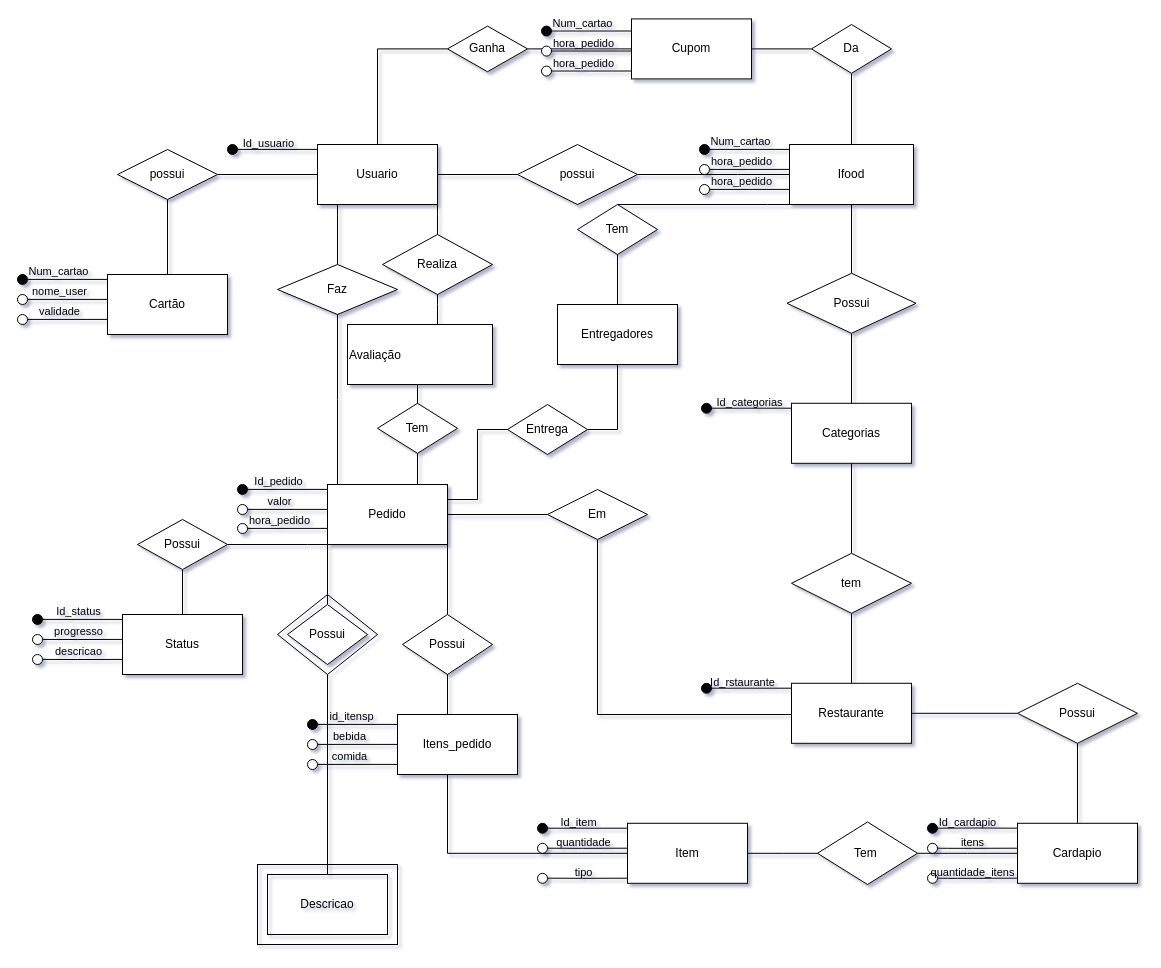
Above: Untitled Diagram.drawio in mariaeduaruda/BD-1-atividade (draw.io), before the change. Source tidied: cells renumbered, new cells numbered last; positions are measured from the earlier drawing's top-left corner, leaving out a move shared by most shapes. Both pictures are drawn from the tidied source at 100%, with x=0, y=0 at pixel (17, 18).
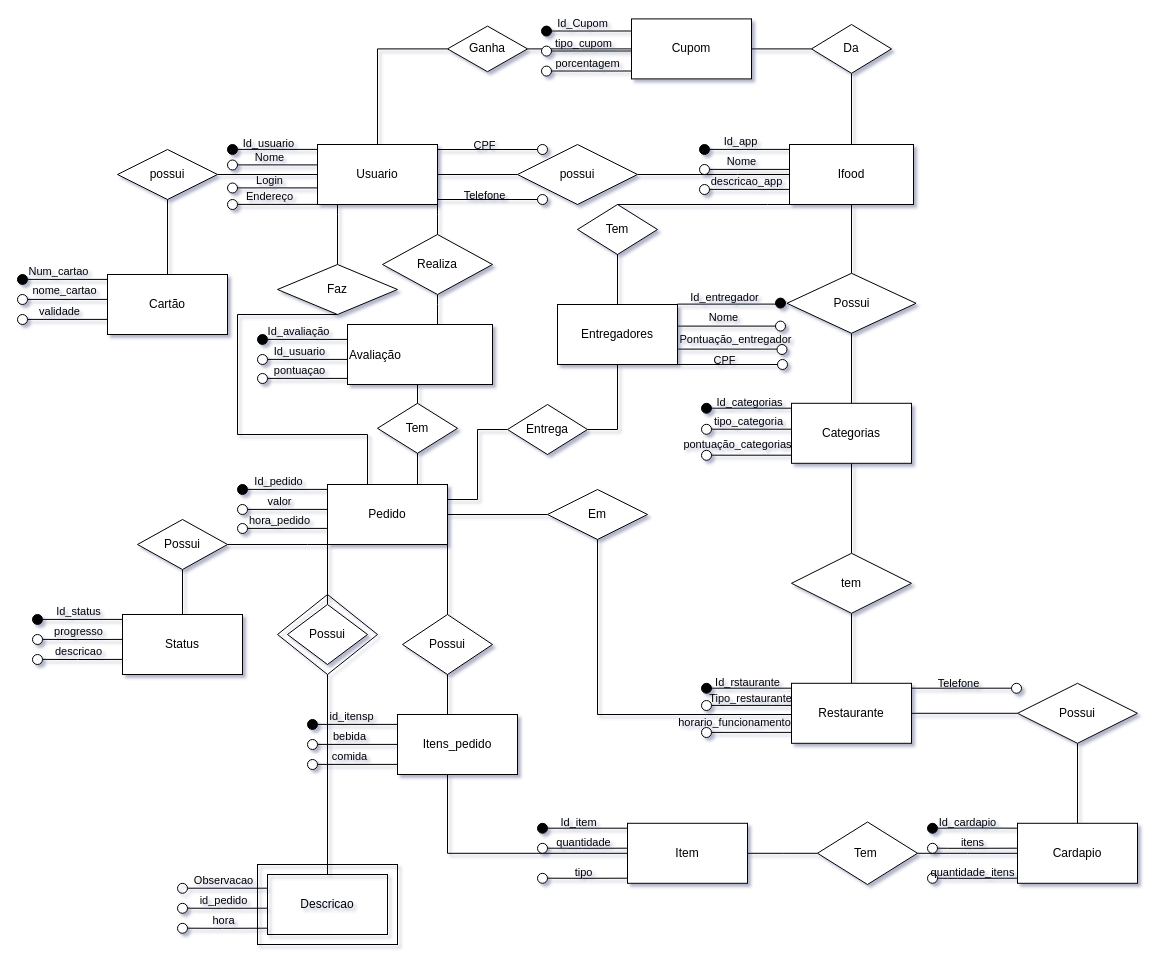
Above is the later version.

The change refers to these unchanged cells:
```xml
<mxCell id="34" value="Faz" style="rhombus;whiteSpace=wrap;html=1;rounded=0;" parent="1" vertex="1">
  <mxGeometry x="260" y="246" width="120" height="50" as="geometry" />
</mxCell>
<mxCell id="41" value="Pedido" style="rounded=0;whiteSpace=wrap;html=1;align=center;" parent="1" vertex="1">
  <mxGeometry x="310" y="466" width="120" height="60" as="geometry" />
</mxCell>
<mxCell id="71" style="endArrow=none;html=1;rounded=0;" parent="1" edge="1">
  <mxGeometry relative="1" as="geometry">
    <mxPoint x="694" y="669.7" as="sourcePoint" />
    <mxPoint x="774" y="669.7" as="targetPoint" />
  </mxGeometry>
</mxCell>
<mxCell id="119" style="endArrow=none;html=1;rounded=0;" parent="1" edge="1">
  <mxGeometry relative="1" as="geometry">
    <mxPoint x="10" y="280.9" as="sourcePoint" />
    <mxPoint x="90" y="280.9" as="targetPoint" />
  </mxGeometry>
</mxCell>
<mxCell id="125" style="endArrow=none;html=1;rounded=0;" parent="1" edge="1">
  <mxGeometry relative="1" as="geometry">
    <mxPoint x="534" y="12.5" as="sourcePoint" />
    <mxPoint x="614" y="12.5" as="targetPoint" />
  </mxGeometry>
</mxCell>
<mxCell id="128" style="endArrow=none;html=1;rounded=0;" parent="1" edge="1">
  <mxGeometry relative="1" as="geometry">
    <mxPoint x="534" y="32.5" as="sourcePoint" />
    <mxPoint x="614" y="32.5" as="targetPoint" />
  </mxGeometry>
</mxCell>
<mxCell id="131" style="endArrow=none;html=1;rounded=0;" parent="1" edge="1">
  <mxGeometry relative="1" as="geometry">
    <mxPoint x="534" y="52.5" as="sourcePoint" />
    <mxPoint x="614" y="52.5" as="targetPoint" />
  </mxGeometry>
</mxCell>
<mxCell id="134" style="endArrow=none;html=1;rounded=0;" parent="1" edge="1">
  <mxGeometry relative="1" as="geometry">
    <mxPoint x="692" y="130.9" as="sourcePoint" />
    <mxPoint x="772" y="130.9" as="targetPoint" />
  </mxGeometry>
</mxCell>
<mxCell id="137" style="endArrow=none;html=1;rounded=0;" parent="1" edge="1">
  <mxGeometry relative="1" as="geometry">
    <mxPoint x="692" y="150.9" as="sourcePoint" />
    <mxPoint x="772" y="150.9" as="targetPoint" />
  </mxGeometry>
</mxCell>
<mxCell id="140" style="endArrow=none;html=1;rounded=0;" parent="1" edge="1">
  <mxGeometry relative="1" as="geometry">
    <mxPoint x="692" y="170.9" as="sourcePoint" />
    <mxPoint x="772" y="170.9" as="targetPoint" />
  </mxGeometry>
</mxCell>
```

The edit, as a diff of the source:
```diff
@@
-    <mxCell id="33" style="edgeStyle=orthogonalEdgeStyle;rounded=0;jettySize=auto;html=1;exitX=0.5;exitY=1;exitDx=0;exitDy=0;endArrow=none;endFill=0;" parent="1" edge="1" source="34">
+    <mxCell id="33" style="edgeStyle=orthogonalEdgeStyle;rounded=0;jettySize=auto;html=1;exitX=0.5;exitY=1;exitDx=0;exitDy=0;endArrow=none;endFill=0;entryX=0.303;entryY=0.028;entryDx=0;entryDy=0;entryPerimeter=0;" parent="1" edge="1" source="34" target="41">
       <mxGeometry relative="1" as="geometry">
-        <mxPoint x="320" y="466" as="targetPoint" />
+        <Array as="points">
+          <mxPoint x="220" y="296" />
+          <mxPoint x="220" y="416" />
+          <mxPoint x="350" y="416" />
+          <mxPoint x="350" y="468" />
+        </Array>
       </mxGeometry>
     </mxCell>
@@
     <mxCell id="72" value="Id_rstaurante" style="edgeLabel;html=1;align=center;verticalAlign=middle;labelBackgroundColor=none;" parent="71" vertex="1">
       <mxGeometry x="-0.38" y="1" relative="1" as="geometry">
-        <mxPoint x="5" y="-5" as="offset" />
+        <mxPoint x="10" y="-5" as="offset" />
       </mxGeometry>
     </mxCell>
@@
-    <mxCell id="120" value="nome_user" style="edgeLabel;html=1;align=center;verticalAlign=middle;labelBackgroundColor=none;" parent="119" vertex="1">
+    <mxCell id="120" value="nome_cartao" style="edgeLabel;html=1;align=center;verticalAlign=middle;labelBackgroundColor=none;" parent="119" vertex="1">
       <mxGeometry x="-0.38" y="1" relative="1" as="geometry">
-        <mxPoint x="6" y="-7" as="offset" />
+        <mxPoint x="11" y="-8" as="offset" />
       </mxGeometry>
     </mxCell>
@@
-    <mxCell id="126" value="Num_cartao" style="edgeLabel;html=1;align=center;verticalAlign=middle;labelBackgroundColor=none;" parent="125" vertex="1">
+    <mxCell id="126" value="Id_Cupom" style="edgeLabel;html=1;align=center;verticalAlign=middle;labelBackgroundColor=none;" parent="125" vertex="1">
       <mxGeometry x="-0.38" y="1" relative="1" as="geometry">
         <mxPoint x="5" y="-7" as="offset" />
       </mxGeometry>
     </mxCell>
@@
-    <mxCell id="129" value="hora_pedido" style="edgeLabel;html=1;align=center;verticalAlign=middle;labelBackgroundColor=none;" parent="128" vertex="1">
+    <mxCell id="129" value="tipo_cupom" style="edgeLabel;html=1;align=center;verticalAlign=middle;labelBackgroundColor=none;" parent="128" vertex="1">
       <mxGeometry x="-0.38" y="1" relative="1" as="geometry">
         <mxPoint x="6" y="-7" as="offset" />
       </mxGeometry>
     </mxCell>
@@
-    <mxCell id="132" value="hora_pedido" style="edgeLabel;html=1;align=center;verticalAlign=middle;labelBackgroundColor=none;" parent="131" vertex="1">
+    <mxCell id="132" value="porcentagem" style="edgeLabel;html=1;align=center;verticalAlign=middle;labelBackgroundColor=none;" parent="131" vertex="1">
       <mxGeometry x="-0.38" y="1" relative="1" as="geometry">
-        <mxPoint x="6" y="-7" as="offset" />
+        <mxPoint x="10" y="-7" as="offset" />
       </mxGeometry>
     </mxCell>
@@
-    <mxCell id="135" value="Num_cartao" style="edgeLabel;html=1;align=center;verticalAlign=middle;labelBackgroundColor=none;" parent="134" vertex="1">
+    <mxCell id="135" value="Id_app" style="edgeLabel;html=1;align=center;verticalAlign=middle;labelBackgroundColor=none;" parent="134" vertex="1">
       <mxGeometry x="-0.38" y="1" relative="1" as="geometry">
         <mxPoint x="5" y="-7" as="offset" />
       </mxGeometry>
     </mxCell>
@@
-    <mxCell id="138" value="hora_pedido" style="edgeLabel;html=1;align=center;verticalAlign=middle;labelBackgroundColor=none;" parent="137" vertex="1">
+    <mxCell id="138" value="Nome" style="edgeLabel;html=1;align=center;verticalAlign=middle;labelBackgroundColor=none;" parent="137" vertex="1">
       <mxGeometry x="-0.38" y="1" relative="1" as="geometry">
         <mxPoint x="6" y="-7" as="offset" />
       </mxGeometry>
     </mxCell>
@@
-    <mxCell id="141" value="hora_pedido" style="edgeLabel;html=1;align=center;verticalAlign=middle;labelBackgroundColor=none;" parent="140" vertex="1">
+    <mxCell id="141" value="descricao_app" style="edgeLabel;html=1;align=center;verticalAlign=middle;labelBackgroundColor=none;" parent="140" vertex="1">
       <mxGeometry x="-0.38" y="1" relative="1" as="geometry">
-        <mxPoint x="6" y="-7" as="offset" />
+        <mxPoint x="11" y="-7" as="offset" />
       </mxGeometry>
     </mxCell>
@@
+    <mxCell id="151" style="ellipse;whiteSpace=wrap;html=1;rounded=0;fillColor=#000000;" parent="1" vertex="1">
+      <mxGeometry x="240" y="316" width="10" height="10" as="geometry" />
+    </mxCell>
+    <mxCell id="152" style="endArrow=none;html=1;rounded=0;" parent="1" edge="1">
+      <mxGeometry relative="1" as="geometry">
+        <mxPoint x="250" y="320.9" as="sourcePoint" />
+        <mxPoint x="330" y="320.9" as="targetPoint" />
+      </mxGeometry>
+    </mxCell>
+    <mxCell id="153" value="Id_avaliação" style="edgeLabel;html=1;align=center;verticalAlign=middle;labelBackgroundColor=none;" parent="152" vertex="1">
+      <mxGeometry x="-0.38" y="1" relative="1" as="geometry">
+        <mxPoint x="5" y="-7" as="offset" />
+      </mxGeometry>
+    </mxCell>
+    <mxCell id="154" style="ellipse;whiteSpace=wrap;html=1;rounded=0;" parent="1" vertex="1">
+      <mxGeometry x="240" y="336" width="10" height="10" as="geometry" />
+    </mxCell>
+    <mxCell id="155" style="endArrow=none;html=1;rounded=0;" parent="1" edge="1">
+      <mxGeometry relative="1" as="geometry">
+        <mxPoint x="250" y="340.9" as="sourcePoint" />
+        <mxPoint x="330" y="340.9" as="targetPoint" />
+      </mxGeometry>
+    </mxCell>
+    <mxCell id="156" value="Id_usuario" style="edgeLabel;html=1;align=center;verticalAlign=middle;labelBackgroundColor=none;" parent="155" vertex="1">
+      <mxGeometry x="-0.38" y="1" relative="1" as="geometry">
+        <mxPoint x="6" y="-7" as="offset" />
+      </mxGeometry>
+    </mxCell>
+    <mxCell id="157" style="ellipse;whiteSpace=wrap;html=1;rounded=0;" parent="1" vertex="1">
+      <mxGeometry x="240" y="355" width="10" height="10" as="geometry" />
+    </mxCell>
+    <mxCell id="158" style="endArrow=none;html=1;rounded=0;" parent="1" edge="1">
+      <mxGeometry relative="1" as="geometry">
+        <mxPoint x="250" y="359.9" as="sourcePoint" />
+        <mxPoint x="330" y="359.9" as="targetPoint" />
+      </mxGeometry>
+    </mxCell>
+    <mxCell id="159" value="pontuaçao" style="edgeLabel;html=1;align=center;verticalAlign=middle;labelBackgroundColor=none;" parent="158" vertex="1">
+      <mxGeometry x="-0.38" y="1" relative="1" as="geometry">
+        <mxPoint x="6" y="-7" as="offset" />
+      </mxGeometry>
+    </mxCell>
+    <mxCell id="160" style="ellipse;whiteSpace=wrap;html=1;rounded=0;" parent="1" vertex="1">
+      <mxGeometry x="210" y="141.5" width="10" height="10" as="geometry" />
+    </mxCell>
+    <mxCell id="161" style="endArrow=none;html=1;rounded=0;" parent="1" edge="1">
+      <mxGeometry relative="1" as="geometry">
+        <mxPoint x="220" y="146.4" as="sourcePoint" />
+        <mxPoint x="300" y="146.4" as="targetPoint" />
+      </mxGeometry>
+    </mxCell>
+    <mxCell id="162" value="Nome" style="edgeLabel;html=1;align=center;verticalAlign=middle;labelBackgroundColor=none;" parent="161" vertex="1">
+      <mxGeometry x="-0.38" y="1" relative="1" as="geometry">
+        <mxPoint x="6" y="-7" as="offset" />
+      </mxGeometry>
+    </mxCell>
+    <mxCell id="163" style="ellipse;whiteSpace=wrap;html=1;rounded=0;" parent="1" vertex="1">
+      <mxGeometry x="210" y="164.5" width="10" height="10" as="geometry" />
+    </mxCell>
+    <mxCell id="164" style="endArrow=none;html=1;rounded=0;" parent="1" edge="1">
+      <mxGeometry relative="1" as="geometry">
+        <mxPoint x="220" y="169.4" as="sourcePoint" />
+        <mxPoint x="300" y="169.4" as="targetPoint" />
+      </mxGeometry>
+    </mxCell>
+    <mxCell id="165" value="Login" style="edgeLabel;html=1;align=center;verticalAlign=middle;labelBackgroundColor=none;" parent="164" vertex="1">
+      <mxGeometry x="-0.38" y="1" relative="1" as="geometry">
+        <mxPoint x="6" y="-7" as="offset" />
+      </mxGeometry>
+    </mxCell>
+    <mxCell id="166" style="ellipse;whiteSpace=wrap;html=1;rounded=0;" parent="1" vertex="1">
+      <mxGeometry x="684" y="405.8" width="10" height="10" as="geometry" />
+    </mxCell>
+    <mxCell id="167" style="endArrow=none;html=1;rounded=0;" parent="1" edge="1">
+      <mxGeometry relative="1" as="geometry">
+        <mxPoint x="694" y="410.7" as="sourcePoint" />
+        <mxPoint x="774" y="410.7" as="targetPoint" />
+      </mxGeometry>
+    </mxCell>
+    <mxCell id="168" value="tipo_categoria" style="edgeLabel;html=1;align=center;verticalAlign=middle;labelBackgroundColor=none;" parent="167" vertex="1">
+      <mxGeometry x="-0.38" y="1" relative="1" as="geometry">
+        <mxPoint x="11" y="-7" as="offset" />
+      </mxGeometry>
+    </mxCell>
+    <mxCell id="169" style="ellipse;whiteSpace=wrap;html=1;rounded=0;" parent="1" vertex="1">
+      <mxGeometry x="684" y="431.8" width="10" height="10" as="geometry" />
+    </mxCell>
+    <mxCell id="170" style="endArrow=none;html=1;rounded=0;" parent="1" edge="1">
+      <mxGeometry relative="1" as="geometry">
+        <mxPoint x="694" y="436.7" as="sourcePoint" />
+        <mxPoint x="774" y="436.7" as="targetPoint" />
+      </mxGeometry>
+    </mxCell>
+    <mxCell id="171" value="pontuação_categorias" style="edgeLabel;html=1;align=center;verticalAlign=middle;labelBackgroundColor=none;" parent="170" vertex="1">
+      <mxGeometry x="-0.38" y="1" relative="1" as="geometry">
+        <mxPoint y="-10" as="offset" />
+      </mxGeometry>
+    </mxCell>
+    <mxCell id="172" style="ellipse;whiteSpace=wrap;html=1;rounded=0;" parent="1" vertex="1">
+      <mxGeometry x="684" y="682" width="10" height="10" as="geometry" />
+    </mxCell>
+    <mxCell id="173" style="endArrow=none;html=1;rounded=0;" parent="1" edge="1">
+      <mxGeometry relative="1" as="geometry">
+        <mxPoint x="694" y="686.9" as="sourcePoint" />
+        <mxPoint x="774" y="686.9" as="targetPoint" />
+      </mxGeometry>
+    </mxCell>
+    <mxCell id="174" value="Tipo_restaurante" style="edgeLabel;html=1;align=center;verticalAlign=middle;labelBackgroundColor=none;" parent="173" vertex="1">
+      <mxGeometry x="-0.38" y="1" relative="1" as="geometry">
+        <mxPoint x="13" y="-6" as="offset" />
+      </mxGeometry>
+    </mxCell>
+    <mxCell id="175" style="ellipse;whiteSpace=wrap;html=1;rounded=0;" parent="1" vertex="1">
+      <mxGeometry x="684" y="709" width="10" height="10" as="geometry" />
+    </mxCell>
+    <mxCell id="176" style="endArrow=none;html=1;rounded=0;" parent="1" edge="1">
+      <mxGeometry relative="1" as="geometry">
+        <mxPoint x="694" y="713.9" as="sourcePoint" />
+        <mxPoint x="774" y="713.9" as="targetPoint" />
+      </mxGeometry>
+    </mxCell>
+    <mxCell id="177" value="horario_funcionamento" style="edgeLabel;html=1;align=center;verticalAlign=middle;labelBackgroundColor=none;" parent="176" vertex="1">
+      <mxGeometry x="-0.38" y="1" relative="1" as="geometry">
+        <mxPoint x="-3" y="-9" as="offset" />
+      </mxGeometry>
+    </mxCell>
+    <mxCell id="178" style="ellipse;whiteSpace=wrap;html=1;rounded=0;" parent="1" vertex="1">
+      <mxGeometry x="210" y="181" width="10" height="10" as="geometry" />
+    </mxCell>
+    <mxCell id="179" style="endArrow=none;html=1;rounded=0;" parent="1" edge="1">
+      <mxGeometry relative="1" as="geometry">
+        <mxPoint x="220" y="185.9" as="sourcePoint" />
+        <mxPoint x="300" y="185.9" as="targetPoint" />
+      </mxGeometry>
+    </mxCell>
+    <mxCell id="180" value="Endereço" style="edgeLabel;html=1;align=center;verticalAlign=middle;labelBackgroundColor=none;" parent="179" vertex="1">
+      <mxGeometry x="-0.38" y="1" relative="1" as="geometry">
+        <mxPoint x="6" y="-7" as="offset" />
+      </mxGeometry>
+    </mxCell>
+    <mxCell id="181" style="ellipse;whiteSpace=wrap;html=1;rounded=0;fillColor=none;" parent="1" vertex="1">
+      <mxGeometry x="160" y="864.8" width="10" height="10" as="geometry" />
+    </mxCell>
+    <mxCell id="182" style="endArrow=none;html=1;rounded=0;" parent="1" edge="1">
+      <mxGeometry relative="1" as="geometry">
+        <mxPoint x="170" y="869.7" as="sourcePoint" />
+        <mxPoint x="250" y="869.7" as="targetPoint" />
+      </mxGeometry>
+    </mxCell>
+    <mxCell id="183" value="Observacao" style="edgeLabel;html=1;align=center;verticalAlign=middle;labelBackgroundColor=none;" parent="182" vertex="1">
+      <mxGeometry x="-0.38" y="1" relative="1" as="geometry">
+        <mxPoint x="10" y="-7" as="offset" />
+      </mxGeometry>
+    </mxCell>
+    <mxCell id="184" style="ellipse;whiteSpace=wrap;html=1;rounded=0;fillColor=#FFFFFF;" parent="1" vertex="1">
+      <mxGeometry x="160" y="884.8" width="10" height="10" as="geometry" />
+    </mxCell>
+    <mxCell id="185" style="endArrow=none;html=1;rounded=0;" parent="1" edge="1">
+      <mxGeometry relative="1" as="geometry">
+        <mxPoint x="170" y="889.7" as="sourcePoint" />
+        <mxPoint x="250" y="889.7" as="targetPoint" />
+        <Array as="points">
+          <mxPoint x="205" y="889.8" />
+        </Array>
+      </mxGeometry>
+    </mxCell>
+    <mxCell id="186" value="id_pedido" style="edgeLabel;html=1;align=center;verticalAlign=middle;labelBackgroundColor=none;" parent="185" vertex="1">
+      <mxGeometry x="-0.38" y="1" relative="1" as="geometry">
+        <mxPoint x="10" y="-7" as="offset" />
+      </mxGeometry>
+    </mxCell>
+    <mxCell id="187" style="ellipse;whiteSpace=wrap;html=1;rounded=0;fillColor=#FFFFFF;" parent="1" vertex="1">
+      <mxGeometry x="160" y="904.8" width="10" height="10" as="geometry" />
+    </mxCell>
+    <mxCell id="188" style="endArrow=none;html=1;rounded=0;" parent="1" edge="1">
+      <mxGeometry relative="1" as="geometry">
+        <mxPoint x="170" y="909.7" as="sourcePoint" />
+        <mxPoint x="250" y="909.7" as="targetPoint" />
+        <Array as="points">
+          <mxPoint x="205" y="909.8" />
+        </Array>
+      </mxGeometry>
+    </mxCell>
+    <mxCell id="189" value="hora" style="edgeLabel;html=1;align=center;verticalAlign=middle;labelBackgroundColor=none;" parent="188" vertex="1">
+      <mxGeometry x="-0.38" y="1" relative="1" as="geometry">
+        <mxPoint x="10" y="-7" as="offset" />
+      </mxGeometry>
+    </mxCell>
+    <mxCell id="190" style="endArrow=none;html=1;rounded=0;" parent="1" edge="1">
+      <mxGeometry relative="1" as="geometry">
+        <mxPoint x="660" y="330.6" as="sourcePoint" />
+        <mxPoint x="760" y="330.6" as="targetPoint" />
+      </mxGeometry>
+    </mxCell>
+    <mxCell id="191" style="endArrow=none;html=1;rounded=0;" parent="1" edge="1">
+      <mxGeometry relative="1" as="geometry">
+        <mxPoint x="660" y="307.6" as="sourcePoint" />
+        <mxPoint x="760" y="307.6" as="targetPoint" />
+      </mxGeometry>
+    </mxCell>
+    <mxCell id="192" style="endArrow=none;html=1;rounded=0;" parent="1" edge="1">
+      <mxGeometry relative="1" as="geometry">
+        <mxPoint x="660" y="285.6" as="sourcePoint" />
+        <mxPoint x="760" y="285.6" as="targetPoint" />
+      </mxGeometry>
+    </mxCell>
+    <mxCell id="193" style="ellipse;whiteSpace=wrap;html=1;rounded=0;fillColor=#000000;" parent="1" vertex="1">
+      <mxGeometry x="758" y="279.6" width="10" height="10" as="geometry" />
+    </mxCell>
+    <mxCell id="194" style="ellipse;whiteSpace=wrap;html=1;rounded=0;" parent="1" vertex="1">
+      <mxGeometry x="758" y="302.6" width="10" height="10" as="geometry" />
+    </mxCell>
+    <mxCell id="195" style="ellipse;whiteSpace=wrap;html=1;rounded=0;" parent="1" vertex="1">
+      <mxGeometry x="759.5" y="326" width="10" height="10" as="geometry" />
+    </mxCell>
+    <mxCell id="196" value="Id_entregador" style="edgeLabel;html=1;align=center;verticalAlign=middle;labelBackgroundColor=none;" parent="1" vertex="1">
+      <mxGeometry x="706" y="278" as="geometry" />
+    </mxCell>
+    <mxCell id="197" value="Nome" style="edgeLabel;html=1;align=center;verticalAlign=middle;labelBackgroundColor=none;" parent="1" vertex="1">
+      <mxGeometry x="705" y="298" as="geometry" />
+    </mxCell>
+    <mxCell id="198" value="Pontuação_entregador" style="edgeLabel;html=1;align=center;verticalAlign=middle;labelBackgroundColor=none;" parent="1" vertex="1">
+      <mxGeometry x="717" y="320" as="geometry" />
+    </mxCell>
+    <mxCell id="199" style="ellipse;whiteSpace=wrap;html=1;rounded=0;" parent="1" vertex="1">
+      <mxGeometry x="760" y="341" width="10" height="10" as="geometry" />
+    </mxCell>
+    <mxCell id="200" value="CPF" style="edgeLabel;html=1;align=center;verticalAlign=middle;labelBackgroundColor=none;" parent="1" vertex="1">
+      <mxGeometry x="706" y="341" as="geometry" />
+    </mxCell>
+    <mxCell id="201" style="endArrow=none;html=1;rounded=0;" parent="1" edge="1">
+      <mxGeometry relative="1" as="geometry">
+        <mxPoint x="660" y="346" as="sourcePoint" />
+        <mxPoint x="760" y="346" as="targetPoint" />
+      </mxGeometry>
+    </mxCell>
+    <mxCell id="202" style="ellipse;whiteSpace=wrap;html=1;rounded=0;" parent="1" vertex="1">
+      <mxGeometry x="520" y="126" width="10" height="10" as="geometry" />
+    </mxCell>
+    <mxCell id="203" value="CPF" style="edgeLabel;html=1;align=center;verticalAlign=middle;labelBackgroundColor=none;" parent="1" vertex="1">
+      <mxGeometry x="466" y="126" as="geometry" />
+    </mxCell>
+    <mxCell id="204" style="endArrow=none;html=1;rounded=0;" parent="1" edge="1">
+      <mxGeometry relative="1" as="geometry">
+        <mxPoint x="420" y="131" as="sourcePoint" />
+        <mxPoint x="520" y="131" as="targetPoint" />
+      </mxGeometry>
+    </mxCell>
+    <mxCell id="205" style="ellipse;whiteSpace=wrap;html=1;rounded=0;" parent="1" vertex="1">
+      <mxGeometry x="520" y="176" width="10" height="10" as="geometry" />
+    </mxCell>
+    <mxCell id="206" value="Telefone" style="edgeLabel;html=1;align=center;verticalAlign=middle;labelBackgroundColor=none;" parent="1" vertex="1">
+      <mxGeometry x="466" y="176" as="geometry" />
+    </mxCell>
+    <mxCell id="207" style="endArrow=none;html=1;rounded=0;" parent="1" edge="1">
+      <mxGeometry relative="1" as="geometry">
+        <mxPoint x="420" y="181" as="sourcePoint" />
+        <mxPoint x="520" y="181" as="targetPoint" />
+      </mxGeometry>
+    </mxCell>
+    <mxCell id="208" style="ellipse;whiteSpace=wrap;html=1;rounded=0;" parent="1" vertex="1">
+      <mxGeometry x="994" y="664.8" width="10" height="10" as="geometry" />
+    </mxCell>
+    <mxCell id="209" value="Telefone" style="edgeLabel;html=1;align=center;verticalAlign=middle;labelBackgroundColor=none;" parent="1" vertex="1">
+      <mxGeometry x="940" y="664.8" as="geometry" />
+    </mxCell>
+    <mxCell id="210" style="endArrow=none;html=1;rounded=0;" parent="1" edge="1">
+      <mxGeometry relative="1" as="geometry">
+        <mxPoint x="894" y="669.7" as="sourcePoint" />
+        <mxPoint x="994" y="669.7" as="targetPoint" />
+      </mxGeometry>
+    </mxCell>
```
